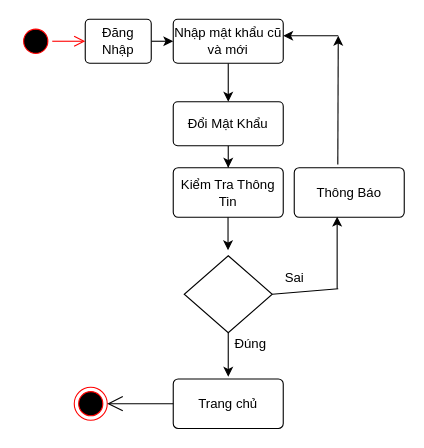
Earlier version of the draw.io diagram page "DoiMatKhau" (2 of 14) of hoatdong.drawio (phamhieudev/BatDongSan). Source tidied: cells renumbered, new cells numbered last; positions are measured from the earlier drawing's top-left corner, leaving out a move shared by most shapes. Both pictures are drawn from the tidied source at 110%, with x=0, y=0 at pixel (19, 19).
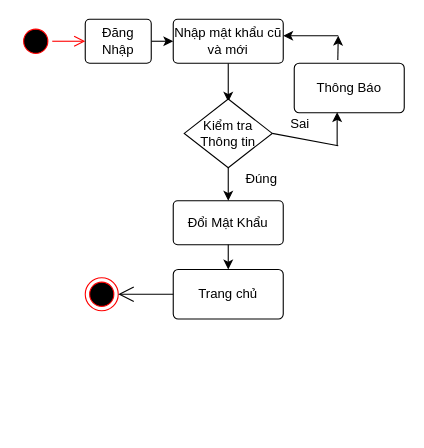
Above is the later version.

What changed in the source:
```diff
@@
-    <mxCell id="4" style="edgeStyle=orthogonalEdgeStyle;rounded=0;jettySize=auto;html=1;entryX=0.5;entryY=0;entryDx=0;entryDy=0;" parent="1" edge="1" source="5" target="6">
-      <mxGeometry relative="1" as="geometry" />
-    </mxCell>
-    <mxCell id="5" value="Đổi Mật Khẩu" style="rounded=1;arcSize=10;whiteSpace=wrap;html=1;align=center;" parent="1" vertex="1">
-      <mxGeometry x="140" y="75" width="100" height="40" as="geometry" />
-    </mxCell>
-    <mxCell id="6" value="Kiểm Tra Thông Tin" style="rounded=1;arcSize=10;whiteSpace=wrap;html=1;align=center;" parent="1" vertex="1">
-      <mxGeometry x="140" y="135" width="100" height="45" as="geometry" />
-    </mxCell>
-    <mxCell id="7" style="rhombus;whiteSpace=wrap;html=1;" parent="1" vertex="1">
-      <mxGeometry x="150" y="215" width="80" height="70" as="geometry" />
+    <mxCell id="7" value="Kiểm tra Thông tin" style="rhombus;whiteSpace=wrap;html=1;" parent="1" vertex="1">
+      <mxGeometry x="150" y="72.5" width="80" height="62.5" as="geometry" />
     </mxCell>
-    <mxCell id="8" style="endArrow=classic;html=1;" parent="1" edge="1">
-      <mxGeometry relative="1" as="geometry">
-        <mxPoint x="189.8" y="180" as="sourcePoint" />
-        <mxPoint x="189.8" y="210" as="targetPoint" />
-      </mxGeometry>
-    </mxCell>
     <mxCell id="9" style="endArrow=none;html=1;exitX=1;exitY=0.5;exitDx=0;exitDy=0;" parent="1" edge="1" source="7">
       <mxGeometry relative="1" as="geometry">
-        <mxPoint x="290" y="245" as="targetPoint" />
+        <mxPoint x="290" y="115" as="targetPoint" />
       </mxGeometry>
     </mxCell>
@@
     <mxCell id="11" value="Thông Báo" style="rounded=1;arcSize=10;whiteSpace=wrap;html=1;align=center;" parent="1" vertex="1">
-      <mxGeometry x="250" y="135" width="100" height="45" as="geometry" />
+      <mxGeometry x="250" y="40" width="100" height="45" as="geometry" />
     </mxCell>
     <mxCell id="12" style="endArrow=classic;html=1;entryX=0.39;entryY=0.989;entryDx=0;entryDy=0;entryPerimeter=0;" parent="1" edge="1" target="11">
       <mxGeometry relative="1" as="geometry">
-        <mxPoint x="289" y="245" as="sourcePoint" />
+        <mxPoint x="289" y="115" as="sourcePoint" />
       </mxGeometry>
     </mxCell>
@@
     <mxCell id="14" value="Trang chủ" style="rounded=1;arcSize=10;whiteSpace=wrap;html=1;align=center;" parent="1" vertex="1">
-      <mxGeometry x="140" y="327" width="100" height="45" as="geometry" />
+      <mxGeometry x="140" y="227.5" width="100" height="45" as="geometry" />
     </mxCell>
-    <mxCell id="15" style="endArrow=classic;html=1;exitX=0.5;exitY=1;exitDx=0;exitDy=0;" parent="1" edge="1" source="7">
-      <mxGeometry relative="1" as="geometry">
-        <mxPoint x="190" y="325" as="targetPoint" />
-      </mxGeometry>
+    <mxCell id="15" style="endArrow=classic;html=1;exitX=0.5;exitY=1;exitDx=0;exitDy=0;entryX=0.5;entryY=0;entryDx=0;entryDy=0;" parent="1" edge="1" source="5" target="5">
+      <mxGeometry relative="1" as="geometry" />
     </mxCell>
     <mxCell id="16" style="ellipse;html=1;shape=endState;fillColor=#000000;strokeColor=#ff0000;" parent="1" vertex="1">
-      <mxGeometry x="50" y="334.5" width="30" height="30" as="geometry" />
+      <mxGeometry x="60" y="235" width="30" height="30" as="geometry" />
     </mxCell>
@@
     <mxCell id="18" value="Sai" style="text;html=1;align=center;verticalAlign=middle;" parent="1" vertex="1">
-      <mxGeometry x="235" y="225" width="30" height="20" as="geometry" />
+      <mxGeometry x="240" y="85" width="30" height="20" as="geometry" />
     </mxCell>
     <mxCell id="19" value="Đúng" style="text;html=1;align=center;verticalAlign=middle;" parent="1" vertex="1">
-      <mxGeometry x="190" y="285" width="40" height="20" as="geometry" />
+      <mxGeometry x="200" y="135" width="40" height="20" as="geometry" />
     </mxCell>
@@
+    <mxCell id="5" value="Đổi Mật Khẩu" style="rounded=1;arcSize=10;whiteSpace=wrap;html=1;align=center;" parent="1" vertex="1">
+      <mxGeometry x="140" y="165" width="100" height="40" as="geometry" />
+    </mxCell>
+    <mxCell id="24" style="endArrow=classic;html=1;exitX=0.5;exitY=1;exitDx=0;exitDy=0;" parent="1" edge="1" source="7" target="5">
+      <mxGeometry relative="1" as="geometry" />
+    </mxCell>
+    <mxCell id="25" style="endArrow=classic;html=1;exitX=0.5;exitY=1;exitDx=0;exitDy=0;entryX=0.5;entryY=0;entryDx=0;entryDy=0;" parent="1" edge="1" source="5" target="14">
+      <mxGeometry relative="1" as="geometry" />
+    </mxCell>
```
